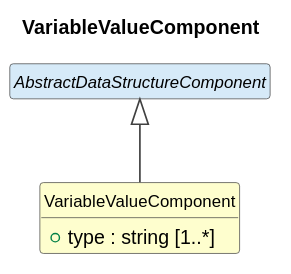
Earlier version of the PlantUML export cdif-uml-model/_plantuml/cdifDataStructure/Classes/VariableValueComponent.svg (Cross-Domain-Interoperability-Framework/metadataBuildingBlocks).
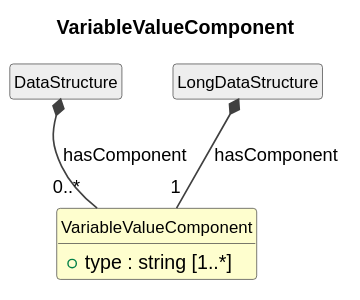
Later version of the same file.

What changed in the source:
```diff
@@ -13,6 +13,8 @@
 class "VariableValueComponent" as VariableValueComponent #FEFECE {
   +type : string [1..*]
 }
-abstract class "AbstractDataStructureComponent" as AbstractDataStructureComponent #D6EAF8
-AbstractDataStructureComponent <|-- VariableValueComponent
+class "DataStructure" as DataStructure #EEEEEE
+DataStructure *-- "0..*" VariableValueComponent : hasComponent
+class "LongDataStructure" as LongDataStructure #EEEEEE
+LongDataStructure *-- "1" VariableValueComponent : hasComponent
 @enduml
```
